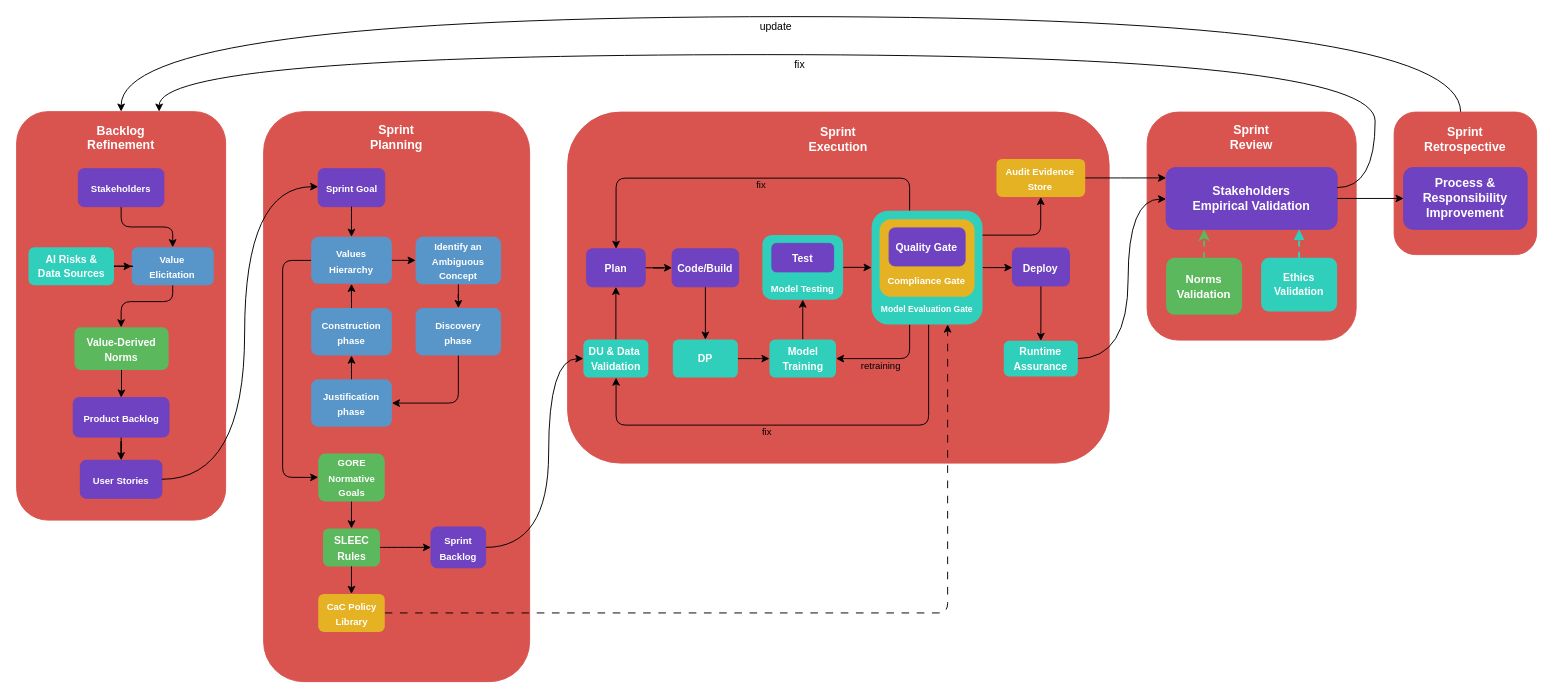
The draw.io diagram page "5.2 Agile + VSD + GORE/SLEEC + CaC + MLOps" (9 of 10) of diagram/agile4.drawio in GianlucaPanzani/Ethics-and-Legality-Integration-into-the-Agile-Software-Development-Pipeline, before the edit. Source tidied: cells renumbered, new cells numbered last; positions are measured from the earlier drawing's top-left corner, leaving out a move shared by most shapes. Both pictures are drawn from the tidied source at 95%, with x=0, y=0 at pixel (16, 16).
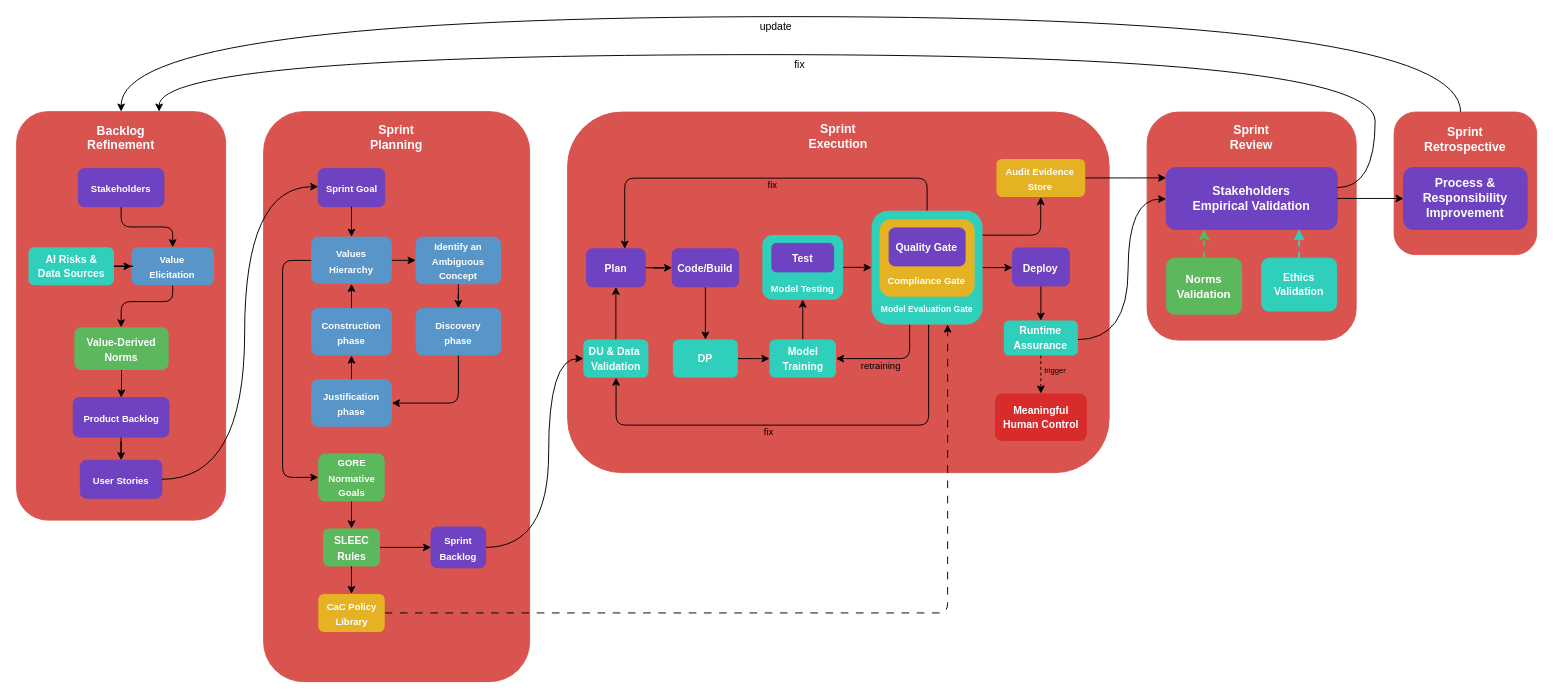
The same diagram, later.

Unchanged cells that the change refers to:
```xml
<mxCell id="19" value="&lt;font&gt;Stakeholders Empirical&lt;/font&gt;&lt;span style=&quot;background-color: transparent; color: light-dark(rgb(255, 255, 255), rgb(18, 18, 18));&quot;&gt;&amp;nbsp;Validation&lt;/span&gt;" style="rounded=1;whiteSpace=wrap;html=1;fillColor=#6f42c1;strokeColor=#6f42c1;fontColor=#ffffff;fontStyle=1;fontSize=13;spacing=8;" parent="1" vertex="1">
  <mxGeometry x="1210" y="158.9" width="180" height="65" as="geometry" />
</mxCell>
<mxCell id="27" value="&lt;font style=&quot;font-size: 11px;&quot;&gt;Plan&lt;/font&gt;" style="rounded=1;whiteSpace=wrap;html=1;fillColor=#6f42c1;strokeColor=#6f42c1;fontColor=#ffffff;fontStyle=1;fontSize=13;spacing=8;" parent="1" vertex="1">
  <mxGeometry x="600" y="244.4" width="61.6" height="40" as="geometry" />
</mxCell>
<mxCell id="73" value="&lt;div&gt;&lt;span style=&quot;font-size: 11px; background-color: transparent; color: light-dark(rgb(255, 255, 255), rgb(18, 18, 18));&quot;&gt;&lt;br&gt;&lt;/span&gt;&lt;/div&gt;&lt;div&gt;&lt;span style=&quot;font-size: 11px; background-color: transparent; color: light-dark(rgb(255, 255, 255), rgb(18, 18, 18));&quot;&gt;&lt;br&gt;&lt;/span&gt;&lt;/div&gt;&lt;div&gt;&lt;span style=&quot;font-size: 11px; background-color: transparent; color: light-dark(rgb(255, 255, 255), rgb(18, 18, 18));&quot;&gt;&lt;br&gt;&lt;/span&gt;&lt;/div&gt;&lt;div&gt;&lt;span style=&quot;font-size: 11px; background-color: transparent; color: light-dark(rgb(255, 255, 255), rgb(18, 18, 18));&quot;&gt;&lt;br&gt;&lt;/span&gt;&lt;/div&gt;&lt;div&gt;&lt;span style=&quot;font-size: 11px; background-color: transparent; color: light-dark(rgb(255, 255, 255), rgb(18, 18, 18));&quot;&gt;&lt;br&gt;&lt;/span&gt;&lt;/div&gt;&lt;div&gt;&lt;span style=&quot;font-size: 11px; background-color: transparent; color: light-dark(rgb(255, 255, 255), rgb(18, 18, 18));&quot;&gt;&lt;br&gt;&lt;/span&gt;&lt;/div&gt;&lt;div&gt;&lt;span style=&quot;background-color: transparent; color: light-dark(rgb(255, 255, 255), rgb(18, 18, 18));&quot;&gt;&lt;font style=&quot;font-size: 9px;&quot;&gt;Model Evaluation Gate&lt;/font&gt;&lt;/span&gt;&lt;/div&gt;" style="rounded=1;whiteSpace=wrap;html=1;fillColor=light-dark(#30CFBC,#30CFBC);strokeColor=none;fontColor=#ffffff;fontStyle=1;fontSize=12;spacing=6;gradientColor=none;" parent="1" vertex="1">
  <mxGeometry x="900" y="204.3" width="116.8" height="119.8" as="geometry" />
</mxCell>
```

Change to the diagram source:
```diff
@@
-    <mxCell id="25" value="Sprint&lt;br&gt;Execution&lt;div&gt;&lt;br&gt;&lt;/div&gt;&lt;div&gt;&lt;br&gt;&lt;/div&gt;&lt;div&gt;&lt;br&gt;&lt;/div&gt;&lt;div&gt;&lt;br&gt;&lt;/div&gt;&lt;div&gt;&lt;br&gt;&lt;/div&gt;&lt;div&gt;&lt;br&gt;&lt;/div&gt;&lt;div&gt;&lt;br&gt;&lt;/div&gt;&lt;div&gt;&lt;br&gt;&lt;/div&gt;&lt;div&gt;&lt;br&gt;&lt;/div&gt;&lt;div&gt;&lt;br&gt;&lt;/div&gt;&lt;div&gt;&lt;br&gt;&lt;/div&gt;&lt;div&gt;&lt;br&gt;&lt;/div&gt;&lt;div&gt;&lt;br&gt;&lt;/div&gt;&lt;div&gt;&lt;br&gt;&lt;/div&gt;&lt;div&gt;&lt;br&gt;&lt;/div&gt;&lt;div&gt;&lt;br&gt;&lt;/div&gt;&lt;div&gt;&lt;br&gt;&lt;/div&gt;&lt;div&gt;&lt;br&gt;&lt;/div&gt;&lt;div&gt;&lt;br&gt;&lt;/div&gt;&lt;div&gt;&lt;br&gt;&lt;/div&gt;" style="rounded=1;whiteSpace=wrap;html=1;fillColor=#d9534f;strokeColor=#d9534f;fontColor=#ffffff;fontStyle=1;fontSize=13;spacing=8;" parent="1" vertex="1">
-      <mxGeometry x="580" y="100.5" width="570" height="369.5" as="geometry" />
+    <mxCell id="25" value="Sprint&lt;br&gt;Execution&lt;div&gt;&lt;br&gt;&lt;/div&gt;&lt;div&gt;&lt;br&gt;&lt;/div&gt;&lt;div&gt;&lt;br&gt;&lt;/div&gt;&lt;div&gt;&lt;br&gt;&lt;/div&gt;&lt;div&gt;&lt;br&gt;&lt;/div&gt;&lt;div&gt;&lt;br&gt;&lt;/div&gt;&lt;div&gt;&lt;br&gt;&lt;/div&gt;&lt;div&gt;&lt;br&gt;&lt;/div&gt;&lt;div&gt;&lt;br&gt;&lt;/div&gt;&lt;div&gt;&lt;br&gt;&lt;/div&gt;&lt;div&gt;&lt;br&gt;&lt;/div&gt;&lt;div&gt;&lt;br&gt;&lt;/div&gt;&lt;div&gt;&lt;br&gt;&lt;/div&gt;&lt;div&gt;&lt;br&gt;&lt;/div&gt;&lt;div&gt;&lt;br&gt;&lt;/div&gt;&lt;div&gt;&lt;br&gt;&lt;/div&gt;&lt;div&gt;&lt;br&gt;&lt;/div&gt;&lt;div&gt;&lt;br&gt;&lt;/div&gt;&lt;div&gt;&lt;br&gt;&lt;/div&gt;&lt;div&gt;&lt;br&gt;&lt;/div&gt;&lt;div&gt;&lt;br&gt;&lt;/div&gt;" style="rounded=1;whiteSpace=wrap;html=1;fillColor=#d9534f;strokeColor=#d9534f;fontColor=#ffffff;fontStyle=1;fontSize=13;spacing=8;" parent="1" vertex="1">
+      <mxGeometry x="580" y="100.5" width="570" height="379.5" as="geometry" />
     </mxCell>
@@
-    <mxCell id="34" style="edgeStyle=orthogonalEdgeStyle;rounded=1;jettySize=auto;html=1;curved=0;" parent="1" edge="1" source="73" target="27">
+    <mxCell id="34" style="edgeStyle=orthogonalEdgeStyle;rounded=1;jettySize=auto;html=1;curved=0;" parent="1" edge="1" source="73">
       <mxGeometry relative="1" as="geometry">
+        <mxPoint x="640.1" y="244.4" as="targetPoint" />
         <Array as="points">
-          <mxPoint x="940" y="170" />
-          <mxPoint x="631" y="170" />
+          <mxPoint x="958" y="170" />
+          <mxPoint x="640" y="170" />
         </Array>
       </mxGeometry>
     </mxCell>
     <mxCell id="35" value="&lt;font style=&quot;font-size: 10px;&quot;&gt;fix&lt;/font&gt;" style="text;html=1;whiteSpace=wrap;strokeColor=none;fillColor=none;align=center;verticalAlign=middle;rounded=0;" parent="1" vertex="1">
-      <mxGeometry x="754" y="167" width="60" height="20" as="geometry" />
+      <mxGeometry x="766" y="166.5" width="60" height="20" as="geometry" />
     </mxCell>
@@
     <mxCell id="42" value="&lt;span style=&quot;font-size: 11px;&quot;&gt;Runtime Assurance&lt;/span&gt;" style="rounded=1;whiteSpace=wrap;html=1;fillColor=light-dark(#30CFBC,#30CFBC);strokeColor=none;fontColor=#ffffff;fontStyle=1;fontSize=12;spacing=6;gradientColor=none;" parent="1" vertex="1">
-      <mxGeometry x="1039.1" y="341.3" width="78" height="37.4" as="geometry" />
+      <mxGeometry x="1039.1" y="320" width="78" height="36.8" as="geometry" />
     </mxCell>
@@
     <mxCell id="44" style="edgeStyle=orthogonalEdgeStyle;rounded=0;jettySize=auto;html=1;curved=1;" parent="1" edge="1" source="42" target="19">
       <mxGeometry relative="1" as="geometry">
         <Array as="points">
-          <mxPoint x="1170" y="360" />
+          <mxPoint x="1170" y="340" />
           <mxPoint x="1170" y="192" />
         </Array>
       </mxGeometry>
     </mxCell>
@@
     <mxCell id="50" value="&lt;font style=&quot;font-size: 10px;&quot;&gt;fix&lt;/font&gt;" style="text;html=1;whiteSpace=wrap;strokeColor=none;fillColor=none;align=center;verticalAlign=middle;rounded=0;" parent="1" vertex="1">
-      <mxGeometry x="760" y="426.8" width="60" height="20" as="geometry" />
+      <mxGeometry x="762" y="426.8" width="60" height="20" as="geometry" />
     </mxCell>
@@
+    <mxCell id="82" style="edgeStyle=orthogonalEdgeStyle;rounded=0;jettySize=auto;html=1;dashed=1;" parent="1" edge="1" source="42" target="83">
+      <mxGeometry relative="1" as="geometry" />
+    </mxCell>
+    <mxCell id="83" value="&lt;span style=&quot;font-size: 11px;&quot;&gt;Meaningful Human Control&lt;/span&gt;" style="rounded=1;whiteSpace=wrap;html=1;fillColor=light-dark(#D82C2C,#D82C2C);strokeColor=none;fontColor=#ffffff;fontStyle=1;fontSize=12;spacing=6;gradientColor=none;" parent="1" vertex="1">
+      <mxGeometry x="1029.8" y="396.8" width="96.8" height="50" as="geometry" />
+    </mxCell>
+    <mxCell id="84" value="&lt;font style=&quot;font-size: 8px;&quot;&gt;trigger&lt;/font&gt;" style="text;html=1;whiteSpace=wrap;strokeColor=none;fillColor=none;align=center;verticalAlign=middle;rounded=0;" parent="1" vertex="1">
+      <mxGeometry x="1065.8" y="364.2" width="55.2" height="15.8" as="geometry" />
+    </mxCell>
```
